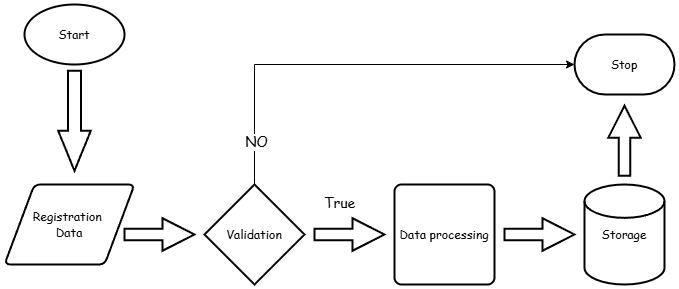
The draw.io diagram flowcharts/data-flow-diagram.png in Theocode12/alx-airbnb-project-documentation, before a commit. Source tidied: cells renumbered, new cells last; positions are measured from the earlier drawing's top-left corner, leaving out a move shared by most shapes. Its diagram source:
```xml
<mxGraphModel>
  <root>
    <mxCell id="0" />
    <mxCell id="1" parent="0" />
    <mxCell id="2" value="&lt;font face=&quot;Comic Sans MS&quot;&gt;Storage&lt;/font&gt;" style="strokeWidth=2;html=1;shape=mxgraph.flowchart.database;whiteSpace=wrap;" parent="1" vertex="1">
      <mxGeometry x="580" y="180" width="80" height="100" as="geometry" />
    </mxCell>
    <mxCell id="3" value="&lt;font face=&quot;Comic Sans MS&quot;&gt;Registration&amp;nbsp;&lt;/font&gt;&lt;div&gt;&lt;font face=&quot;Comic Sans MS&quot;&gt;Data&lt;/font&gt;&lt;/div&gt;" style="shape=parallelogram;html=1;strokeWidth=2;perimeter=parallelogramPerimeter;whiteSpace=wrap;rounded=1;arcSize=12;size=0.23;" parent="1" vertex="1">
      <mxGeometry y="180" width="130" height="80" as="geometry" />
    </mxCell>
    <mxCell id="4" value="&lt;font face=&quot;Comic Sans MS&quot;&gt;Data processing&lt;/font&gt;" style="rounded=1;whiteSpace=wrap;html=1;absoluteArcSize=1;arcSize=14;strokeWidth=2;" parent="1" vertex="1">
      <mxGeometry x="390" y="180" width="100" height="100" as="geometry" />
    </mxCell>
    <mxCell id="5" value="&lt;font face=&quot;Comic Sans MS&quot;&gt;Start&lt;/font&gt;" style="strokeWidth=2;html=1;shape=mxgraph.flowchart.start_1;whiteSpace=wrap;" parent="1" vertex="1">
      <mxGeometry x="20" width="100" height="60" as="geometry" />
    </mxCell>
    <mxCell id="6" value="&lt;font face=&quot;Comic Sans MS&quot;&gt;Stop&lt;/font&gt;" style="strokeWidth=2;html=1;shape=mxgraph.flowchart.terminator;whiteSpace=wrap;" parent="1" vertex="1">
      <mxGeometry x="570" y="30" width="100" height="60" as="geometry" />
    </mxCell>
    <mxCell id="7" style="verticalLabelPosition=bottom;verticalAlign=top;html=1;strokeWidth=2;shape=mxgraph.arrows2.arrow;dy=0.6;dx=40;notch=0;rotation=90;" parent="1" vertex="1">
      <mxGeometry x="20" y="100" width="100" height="32.6" as="geometry" />
    </mxCell>
    <mxCell id="8" style="verticalLabelPosition=bottom;verticalAlign=top;html=1;strokeWidth=2;shape=mxgraph.arrows2.arrow;dy=0.65;dx=32;notch=0;" parent="1" vertex="1">
      <mxGeometry x="120" y="213.8" width="70" height="32.5" as="geometry" />
    </mxCell>
    <mxCell id="9" value="&lt;font face=&quot;Comic Sans MS&quot;&gt;Validation&lt;/font&gt;" style="strokeWidth=2;html=1;shape=mxgraph.flowchart.decision;whiteSpace=wrap;" parent="1" vertex="1">
      <mxGeometry x="200" y="180" width="100" height="100" as="geometry" />
    </mxCell>
    <mxCell id="10" style="verticalLabelPosition=bottom;verticalAlign=top;html=1;strokeWidth=2;shape=mxgraph.arrows2.arrow;dy=0.65;dx=32;notch=0;" parent="1" vertex="1">
      <mxGeometry x="310" y="213.8" width="70" height="32.5" as="geometry" />
    </mxCell>
    <mxCell id="11" style="verticalLabelPosition=bottom;verticalAlign=top;html=1;strokeWidth=2;shape=mxgraph.arrows2.arrow;dy=0.65;dx=32;notch=0;" parent="1" vertex="1">
      <mxGeometry x="500" y="213.8" width="70" height="32.5" as="geometry" />
    </mxCell>
    <mxCell id="12" style="edgeStyle=orthogonalEdgeStyle;rounded=0;jettySize=auto;html=1;exitX=0.5;exitY=0;exitDx=0;exitDy=0;exitPerimeter=0;entryX=0;entryY=0.5;entryDx=0;entryDy=0;entryPerimeter=0;" parent="1" edge="1" source="9" target="6">
      <mxGeometry relative="1" as="geometry" />
    </mxCell>
    <mxCell id="13" value="&lt;font style=&quot;font-size: 14px;&quot; face=&quot;Comic Sans MS&quot;&gt;NO&lt;/font&gt;" style="edgeLabel;html=1;align=center;verticalAlign=middle;" parent="12" vertex="1">
      <mxGeometry x="-0.81" y="-1" relative="1" as="geometry" />
    </mxCell>
    <mxCell id="14" style="verticalLabelPosition=bottom;verticalAlign=top;html=1;strokeWidth=2;shape=mxgraph.arrows2.arrow;dy=0.65;dx=32;notch=0;rotation=-90;" parent="1" vertex="1">
      <mxGeometry x="585" y="120" width="70" height="32.5" as="geometry" />
    </mxCell>
    <mxCell id="15" value="&lt;font style=&quot;font-size: 14px;&quot; face=&quot;Comic Sans MS&quot;&gt;True&lt;/font&gt;" style="text;html=1;align=center;verticalAlign=middle;strokeColor=none;fillColor=none;" parent="1" vertex="1">
      <mxGeometry x="310" y="183.8" width="50" height="30" as="geometry" />
    </mxCell>
  </root>
</mxGraphModel>
```
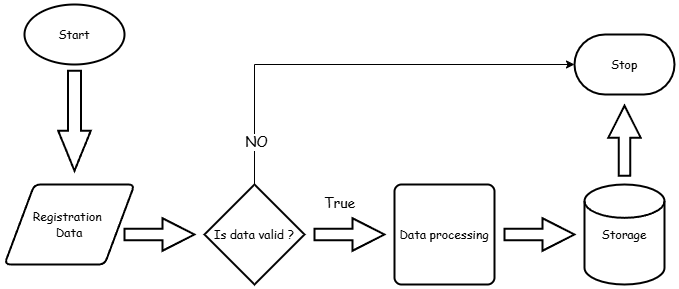
After the change.

Change to the diagram source:
```diff
@@ -23,7 +23,7 @@
     <mxCell id="8" style="verticalLabelPosition=bottom;verticalAlign=top;html=1;strokeWidth=2;shape=mxgraph.arrows2.arrow;dy=0.65;dx=32;notch=0;" parent="1" vertex="1">
       <mxGeometry x="120" y="213.8" width="70" height="32.5" as="geometry" />
     </mxCell>
-    <mxCell id="9" value="&lt;font face=&quot;Comic Sans MS&quot;&gt;Validation&lt;/font&gt;" style="strokeWidth=2;html=1;shape=mxgraph.flowchart.decision;whiteSpace=wrap;" parent="1" vertex="1">
+    <mxCell id="9" value="&lt;font face=&quot;Comic Sans MS&quot;&gt;Is data valid ?&lt;/font&gt;" style="strokeWidth=2;html=1;shape=mxgraph.flowchart.decision;whiteSpace=wrap;" parent="1" vertex="1">
       <mxGeometry x="200" y="180" width="100" height="100" as="geometry" />
     </mxCell>
     <mxCell id="10" style="verticalLabelPosition=bottom;verticalAlign=top;html=1;strokeWidth=2;shape=mxgraph.arrows2.arrow;dy=0.65;dx=32;notch=0;" parent="1" vertex="1">
```
